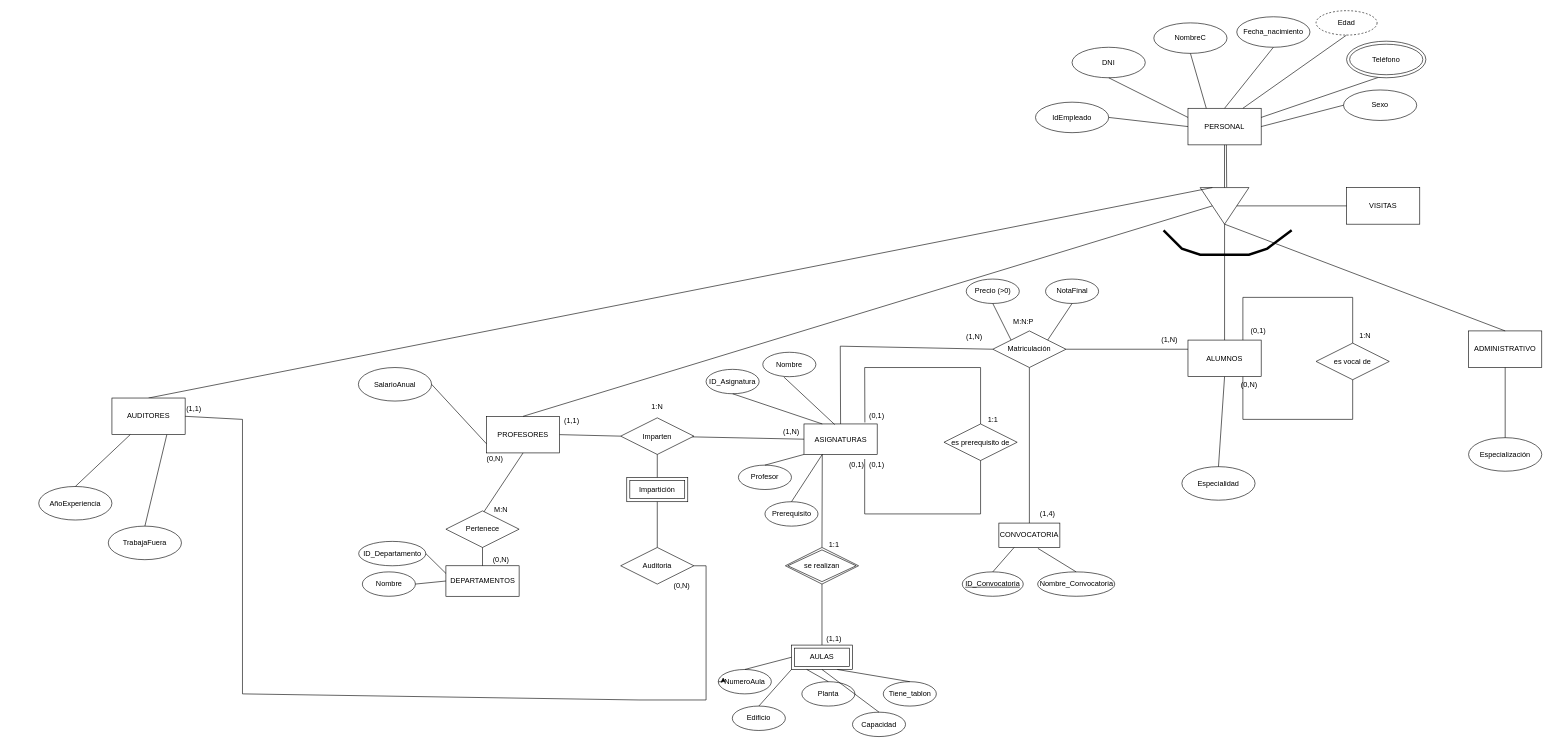
The draw.io diagram Diagrama sin título.drawio in carlospomadev/Base_de_datos, before the edit. Source tidied: cells renumbered, new cells numbered last; positions are measured from the earlier drawing's top-left corner, leaving out a move shared by most shapes. Both pictures are drawn from the tidied source at 61%, with x=0, y=0 at pixel (38, 10).
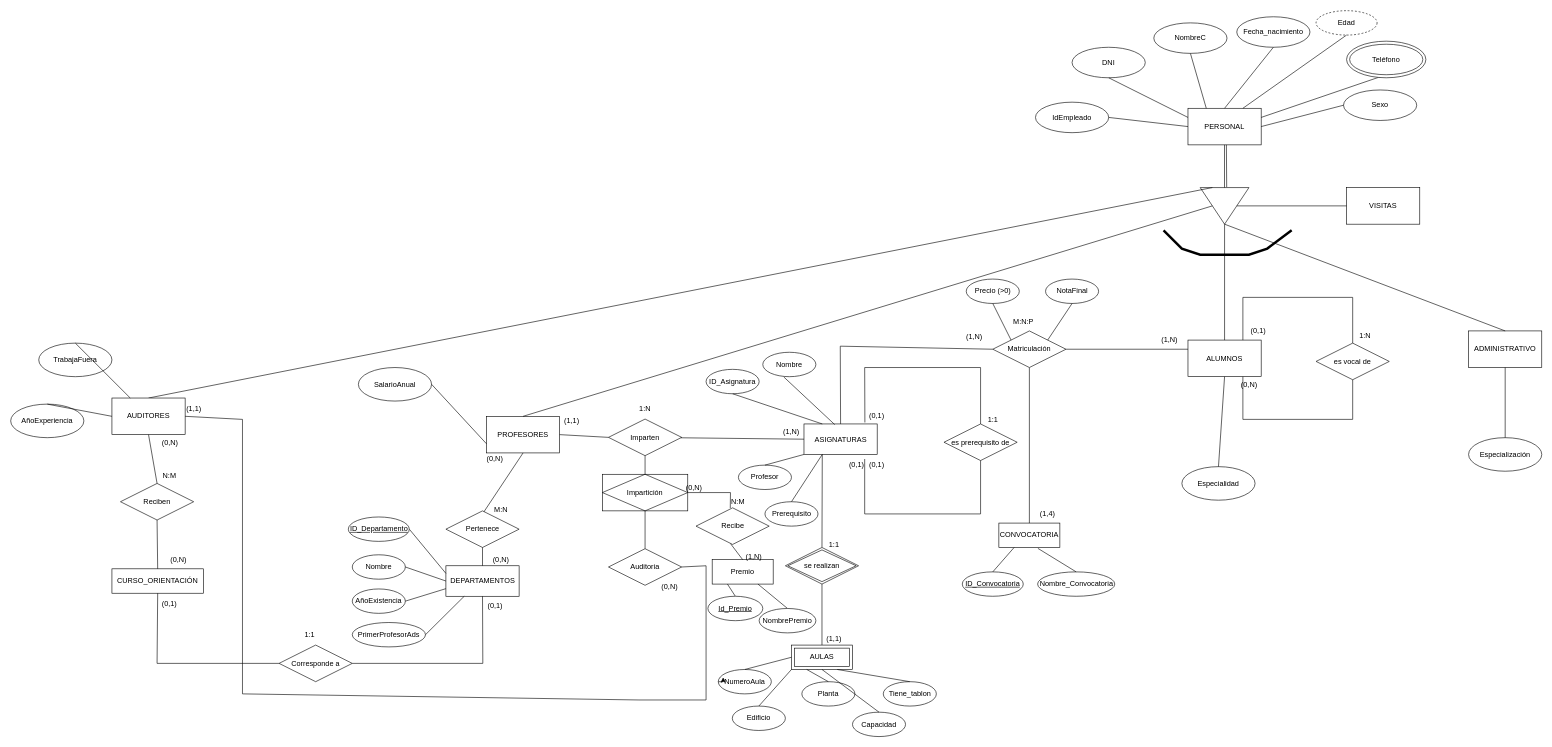
The same diagram, later.

The change refers to these unchanged cells:
```xml
<mxCell id="10" value="AUDITORES" style="rounded=0;whiteSpace=wrap;html=1;" parent="1" vertex="1">
  <mxGeometry x="120" y="635" width="120" height="60" as="geometry" />
</mxCell>
<mxCell id="55" value="DEPARTAMENTOS" style="whiteSpace=wrap;html=1;align=center;" parent="1" vertex="1">
  <mxGeometry x="667.5" y="910" width="120" height="50" as="geometry" />
</mxCell>
```

What changed in the source:
```diff
@@
     <mxCell id="33" value="AñoExperiencia" style="ellipse;whiteSpace=wrap;html=1;" parent="1" vertex="1">
-      <mxGeometry y="780" width="120" height="55" as="geometry" />
+      <mxGeometry x="-46" y="645" width="120" height="55" as="geometry" />
     </mxCell>
     <mxCell id="34" value="TrabajaFuera" style="ellipse;whiteSpace=wrap;html=1;" parent="1" vertex="1">
-      <mxGeometry x="114" y="845" width="120" height="55" as="geometry" />
+      <mxGeometry y="545" width="120" height="55" as="geometry" />
     </mxCell>
-    <mxCell id="35" style="endArrow=none;html=1;rounded=0;entryX=0.25;entryY=1;entryDx=0;entryDy=0;exitX=0.5;exitY=0;exitDx=0;exitDy=0;" parent="1" edge="1" source="33" target="10">
+    <mxCell id="35" style="endArrow=none;html=1;rounded=0;entryX=0;entryY=0.5;entryDx=0;entryDy=0;exitX=0.5;exitY=0;exitDx=0;exitDy=0;" parent="1" edge="1" source="33" target="10">
       <mxGeometry relative="1" as="geometry" />
     </mxCell>
-    <mxCell id="36" style="endArrow=none;html=1;rounded=0;entryX=0.75;entryY=1;entryDx=0;entryDy=0;exitX=0.5;exitY=0;exitDx=0;exitDy=0;" parent="1" edge="1" source="34" target="10">
+    <mxCell id="36" style="endArrow=none;html=1;rounded=0;entryX=0.25;entryY=0;entryDx=0;entryDy=0;exitX=0.5;exitY=0;exitDx=0;exitDy=0;" parent="1" edge="1" source="34" target="10">
       <mxGeometry relative="1" as="geometry" />
     </mxCell>
@@
     <mxCell id="44" value="Imparten" style="shape=rhombus;perimeter=rhombusPerimeter;whiteSpace=wrap;html=1;align=center;" parent="1" vertex="1">
-      <mxGeometry x="954" y="667.5" width="120" height="60" as="geometry" />
+      <mxGeometry x="934" y="669.5" width="120" height="60" as="geometry" />
     </mxCell>
@@
     <mxCell id="50" value="1:N" style="text;html=1;align=center;verticalAlign=middle;whiteSpace=wrap;rounded=0;" parent="1" vertex="1">
-      <mxGeometry x="984" y="635" width="60" height="30" as="geometry" />
+      <mxGeometry x="964" y="637" width="60" height="30" as="geometry" />
     </mxCell>
@@
-    <mxCell id="58" value="ID_Departamento" style="ellipse;whiteSpace=wrap;html=1;" parent="1" vertex="1">
-      <mxGeometry x="524.5" y="870" width="110" height="40" as="geometry" />
-    </mxCell>
     <mxCell id="59" value="Nombre" style="ellipse;whiteSpace=wrap;html=1;" parent="1" vertex="1">
-      <mxGeometry x="530.5" y="920" width="87" height="40" as="geometry" />
+      <mxGeometry x="514" y="892" width="87" height="40" as="geometry" />
     </mxCell>
@@
-    <mxCell id="116" value="Impartición" style="shape=ext;margin=3;double=1;whiteSpace=wrap;html=1;align=center;" parent="1" vertex="1">
-      <mxGeometry x="964" y="765" width="100" height="40" as="geometry" />
-    </mxCell>
@@
     <mxCell id="119" value="Auditoria" style="shape=rhombus;perimeter=rhombusPerimeter;whiteSpace=wrap;html=1;align=center;" parent="1" vertex="1">
-      <mxGeometry x="954" y="880" width="120" height="60" as="geometry" />
+      <mxGeometry x="934" y="882" width="120" height="60" as="geometry" />
     </mxCell>
@@
     <mxCell id="122" value="(0,N)" style="text;html=1;align=center;verticalAlign=middle;strokeColor=none;fillColor=none;" parent="1" vertex="1">
-      <mxGeometry x="1029" y="928" width="50" height="30" as="geometry" />
+      <mxGeometry x="1009" y="930" width="50" height="30" as="geometry" />
     </mxCell>
+    <mxCell id="116" value="Impartición" style="shape=associativeEntity;whiteSpace=wrap;html=1;align=center;" parent="1" vertex="1">
+      <mxGeometry x="924" y="760" width="140" height="60" as="geometry" />
+    </mxCell>
+    <mxCell id="123" style="endArrow=none;html=1;rounded=0;entryX=1;entryY=0.5;entryDx=0;entryDy=0;exitX=0.468;exitY=0.007;exitDx=0;exitDy=0;exitPerimeter=0;" parent="1" edge="1" source="125" target="116">
+      <mxGeometry relative="1" as="geometry">
+        <Array as="points">
+          <mxPoint x="1134" y="790" />
+        </Array>
+      </mxGeometry>
+    </mxCell>
+    <mxCell id="124" value="Premio" style="whiteSpace=wrap;html=1;align=center;" parent="1" vertex="1">
+      <mxGeometry x="1104" y="900" width="100" height="40" as="geometry" />
+    </mxCell>
+    <mxCell id="125" value="Recibe" style="shape=rhombus;perimeter=rhombusPerimeter;whiteSpace=wrap;html=1;align=center;" parent="1" vertex="1">
+      <mxGeometry x="1077.5" y="815" width="120" height="60" as="geometry" />
+    </mxCell>
+    <mxCell id="126" style="endArrow=none;html=1;rounded=0;entryX=0.472;entryY=0.979;entryDx=0;entryDy=0;entryPerimeter=0;exitX=0.5;exitY=0;exitDx=0;exitDy=0;" parent="1" edge="1" source="124" target="125">
+      <mxGeometry relative="1" as="geometry" />
+    </mxCell>
+    <mxCell id="127" style="endArrow=none;html=1;rounded=0;entryX=0.25;entryY=1;entryDx=0;entryDy=0;exitX=0.5;exitY=0;exitDx=0;exitDy=0;" parent="1" edge="1" source="128" target="124">
+      <mxGeometry relative="1" as="geometry" />
+    </mxCell>
+    <mxCell id="128" value="Id_Premio" style="ellipse;whiteSpace=wrap;html=1;align=center;fontStyle=4;" parent="1" vertex="1">
+      <mxGeometry x="1097" y="960" width="90" height="40" as="geometry" />
+    </mxCell>
+    <mxCell id="129" style="endArrow=none;html=1;rounded=0;entryX=0.75;entryY=1;entryDx=0;entryDy=0;exitX=0.5;exitY=0;exitDx=0;exitDy=0;" parent="1" edge="1" source="130" target="124">
+      <mxGeometry relative="1" as="geometry" />
+    </mxCell>
+    <mxCell id="130" value="NombrePremio" style="ellipse;whiteSpace=wrap;html=1;align=center;" parent="1" vertex="1">
+      <mxGeometry x="1181" y="980" width="93" height="40" as="geometry" />
+    </mxCell>
+    <mxCell id="131" value="(1,N)" style="text;html=1;align=center;verticalAlign=middle;strokeColor=none;fillColor=none;" parent="1" vertex="1">
+      <mxGeometry x="1147" y="880" width="50" height="30" as="geometry" />
+    </mxCell>
+    <mxCell id="132" value="(0,N)" style="text;html=1;align=center;verticalAlign=middle;strokeColor=none;fillColor=none;" parent="1" vertex="1">
+      <mxGeometry x="1049" y="768" width="50" height="30" as="geometry" />
+    </mxCell>
+    <mxCell id="133" value="N:M" style="text;html=1;align=center;verticalAlign=middle;strokeColor=none;fillColor=none;" parent="1" vertex="1">
+      <mxGeometry x="1121" y="790" width="50" height="30" as="geometry" />
+    </mxCell>
+    <mxCell id="134" value="CURSO_ORIENTACIÓN" style="whiteSpace=wrap;html=1;align=center;" parent="1" vertex="1">
+      <mxGeometry x="120" y="915" width="150" height="40" as="geometry" />
+    </mxCell>
+    <mxCell id="135" value="Reciben" style="shape=rhombus;perimeter=rhombusPerimeter;whiteSpace=wrap;html=1;align=center;" parent="1" vertex="1">
+      <mxGeometry x="134" y="775" width="120" height="60" as="geometry" />
+    </mxCell>
+    <mxCell id="136" style="endArrow=none;html=1;rounded=0;entryX=0.5;entryY=1;entryDx=0;entryDy=0;exitX=0.5;exitY=0;exitDx=0;exitDy=0;" parent="1" edge="1" source="135" target="10">
+      <mxGeometry relative="1" as="geometry" />
+    </mxCell>
+    <mxCell id="137" style="endArrow=none;html=1;rounded=0;entryX=0.5;entryY=1;entryDx=0;entryDy=0;exitX=0.5;exitY=0;exitDx=0;exitDy=0;" parent="1" edge="1" source="134" target="135">
+      <mxGeometry relative="1" as="geometry" />
+    </mxCell>
+    <mxCell id="138" value="(0,N)" style="text;html=1;align=center;verticalAlign=middle;strokeColor=none;fillColor=none;" parent="1" vertex="1">
+      <mxGeometry x="204" y="885" width="50" height="30" as="geometry" />
+    </mxCell>
+    <mxCell id="139" value="(0,N)" style="text;html=1;align=center;verticalAlign=middle;strokeColor=none;fillColor=none;" parent="1" vertex="1">
+      <mxGeometry x="190" y="692.5" width="50" height="30" as="geometry" />
+    </mxCell>
+    <mxCell id="140" value="N:M" style="text;html=1;align=center;verticalAlign=middle;strokeColor=none;fillColor=none;" parent="1" vertex="1">
+      <mxGeometry x="189" y="748" width="50" height="30" as="geometry" />
+    </mxCell>
+    <mxCell id="141" value="Corresponde a" style="shape=rhombus;perimeter=rhombusPerimeter;whiteSpace=wrap;html=1;align=center;" parent="1" vertex="1">
+      <mxGeometry x="394" y="1040" width="120" height="60" as="geometry" />
+    </mxCell>
+    <mxCell id="142" style="endArrow=none;html=1;rounded=0;entryX=0.5;entryY=1;entryDx=0;entryDy=0;exitX=0;exitY=0.5;exitDx=0;exitDy=0;" parent="1" edge="1" source="141" target="134">
+      <mxGeometry relative="1" as="geometry">
+        <Array as="points">
+          <mxPoint x="194" y="1070" />
+        </Array>
+      </mxGeometry>
+    </mxCell>
+    <mxCell id="143" style="endArrow=none;html=1;rounded=0;entryX=0.5;entryY=1;entryDx=0;entryDy=0;exitX=1;exitY=0.5;exitDx=0;exitDy=0;" parent="1" edge="1" source="141" target="55">
+      <mxGeometry relative="1" as="geometry">
+        <Array as="points">
+          <mxPoint x="728" y="1070" />
+        </Array>
+      </mxGeometry>
+    </mxCell>
+    <mxCell id="144" value="(0,1)" style="text;html=1;align=center;verticalAlign=middle;strokeColor=none;fillColor=none;" parent="1" vertex="1">
+      <mxGeometry x="189" y="958" width="50" height="30" as="geometry" />
+    </mxCell>
+    <mxCell id="145" value="(0,1)" style="text;html=1;align=center;verticalAlign=middle;strokeColor=none;fillColor=none;" parent="1" vertex="1">
+      <mxGeometry x="722.5" y="960" width="50" height="30" as="geometry" />
+    </mxCell>
+    <mxCell id="146" value="1:1" style="text;html=1;align=center;verticalAlign=middle;strokeColor=none;fillColor=none;" parent="1" vertex="1">
+      <mxGeometry x="424" y="1008" width="40" height="30" as="geometry" />
+    </mxCell>
+    <mxCell id="147" value="AñoExistencia" style="ellipse;whiteSpace=wrap;html=1;" parent="1" vertex="1">
+      <mxGeometry x="514" y="948" width="87" height="40" as="geometry" />
+    </mxCell>
+    <mxCell id="148" value="PrimerProfesorAds" style="ellipse;whiteSpace=wrap;html=1;" parent="1" vertex="1">
+      <mxGeometry x="514" y="1003" width="120" height="40" as="geometry" />
+    </mxCell>
+    <mxCell id="58" value="ID_Departamento" style="ellipse;whiteSpace=wrap;html=1;align=center;fontStyle=4;" parent="1" vertex="1">
+      <mxGeometry x="507.5" y="830" width="100" height="40" as="geometry" />
+    </mxCell>
+    <mxCell id="149" style="endArrow=none;html=1;rounded=0;entryX=0;entryY=0.75;entryDx=0;entryDy=0;exitX=1;exitY=0.5;exitDx=0;exitDy=0;" parent="1" edge="1" source="147" target="55">
+      <mxGeometry relative="1" as="geometry" />
+    </mxCell>
+    <mxCell id="150" style="endArrow=none;html=1;rounded=0;entryX=0.25;entryY=1;entryDx=0;entryDy=0;exitX=1;exitY=0.5;exitDx=0;exitDy=0;" parent="1" edge="1" source="148" target="55">
+      <mxGeometry relative="1" as="geometry" />
+    </mxCell>
```
